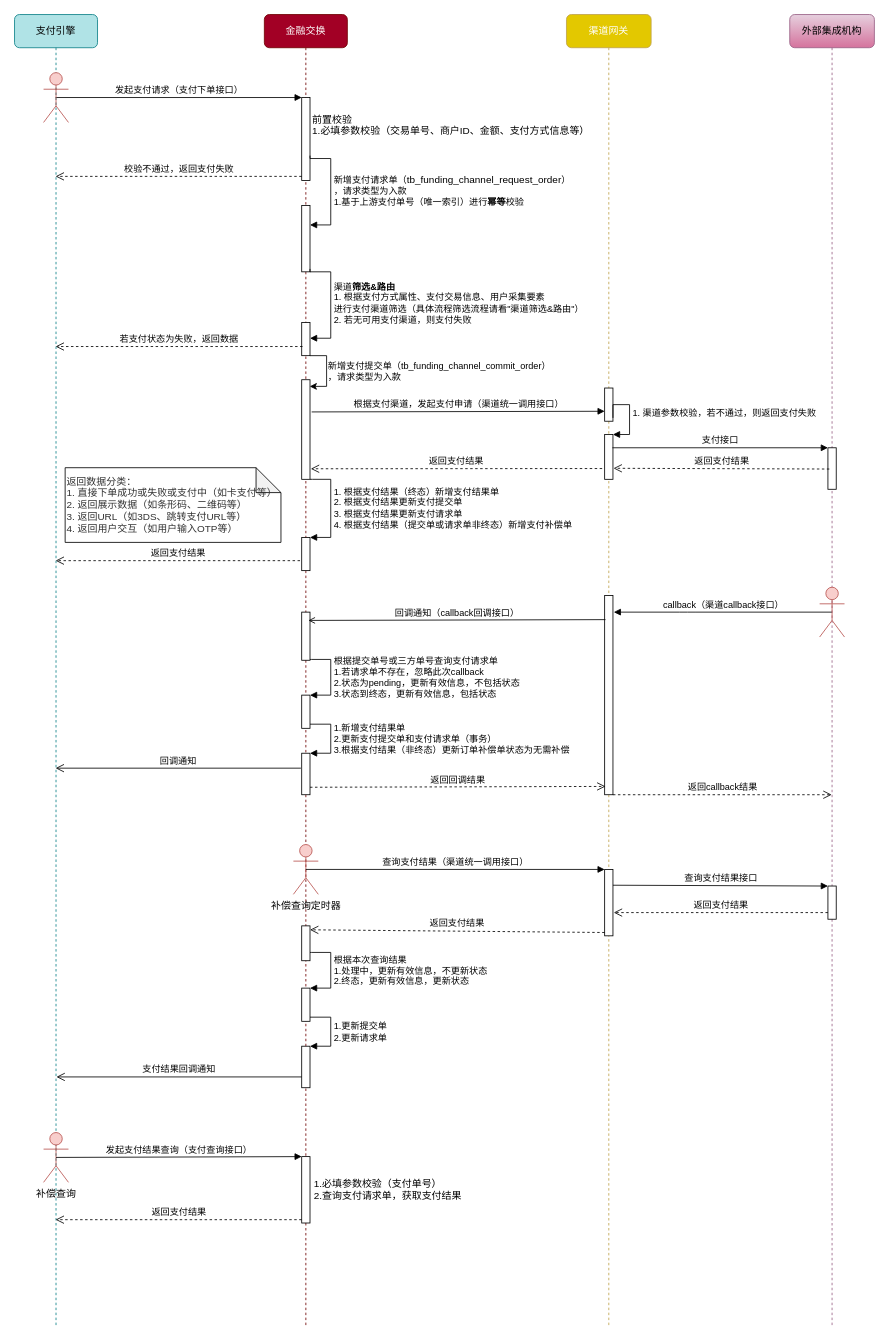
CatFei666/drawio_gallery keeps this draw.io diagram as page "普通支付流程" (1 of 2) of 渠道时序图v2.drawio. Above is the earlier version. Source tidied: cells renumbered, new cells numbered last; positions are measured from the earlier drawing's top-left corner, leaving out a move shared by most shapes. Both pictures are drawn from the tidied source at 83%, with x=0, y=0 at pixel (14, 14).
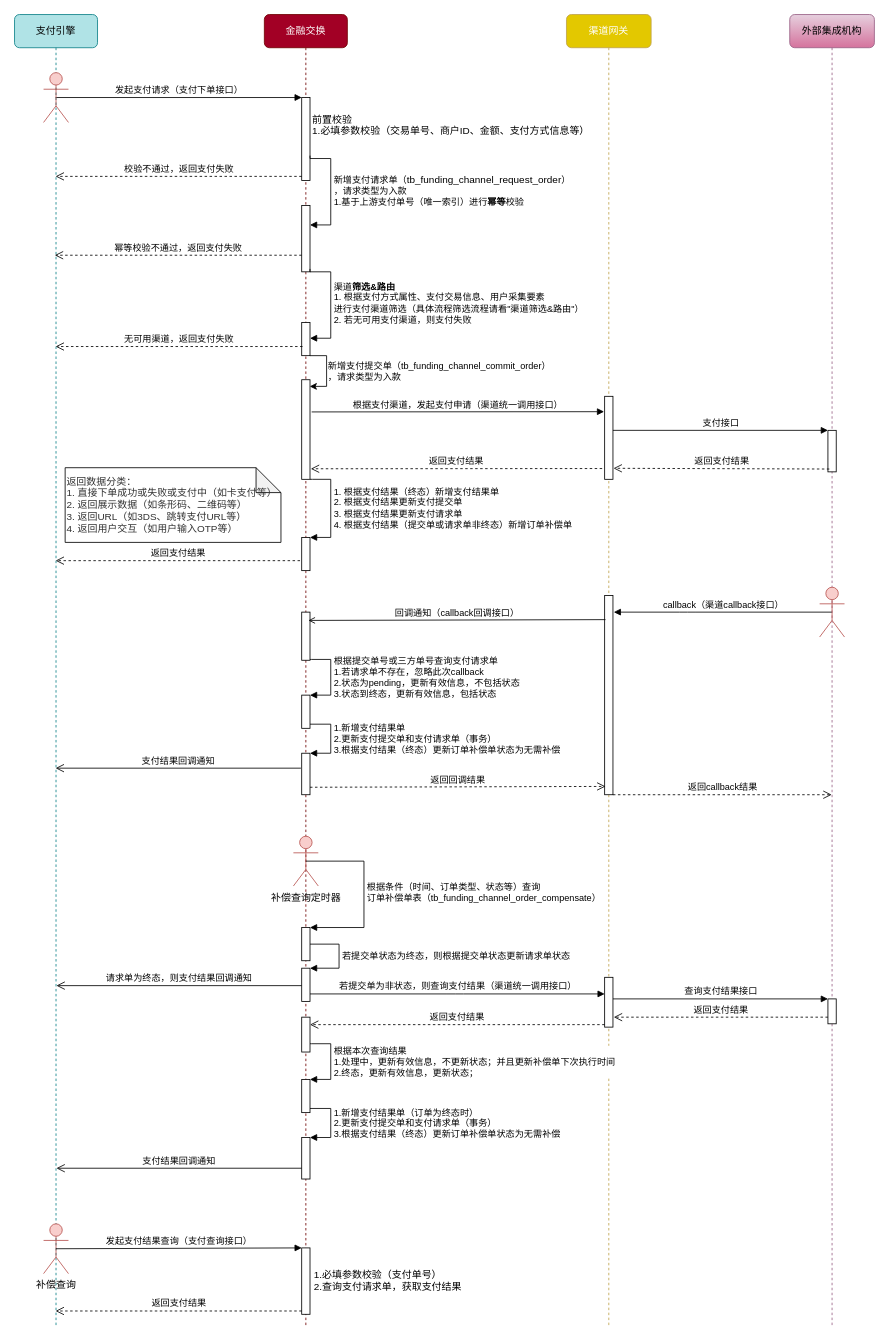
The same diagram, later.

Commit message:
更新渠道时序图v2.drawio

The change refers to these unchanged cells:
```xml
<mxCell id="2" value="金融交换" style="shape=umlLifeline;perimeter=lifelinePerimeter;whiteSpace=wrap;html=1;rounded=1;shadow=0;glass=0;comic=0;sketch=0;strokeWidth=1;fontFamily=Verdana;fillColor=#a20025;strokeColor=#6F0000;fontColor=#ffffff;" parent="1" vertex="1">
  <mxGeometry x="301" width="100" height="1580" as="geometry" />
</mxCell>
<mxCell id="6" style="html=1;points=[];perimeter=orthogonalPerimeter;strokeWidth=1;fillColor=#FFFFFF;align=left;" parent="2" vertex="1">
  <mxGeometry x="45" y="371" width="10" height="40" as="geometry" />
</mxCell>
<mxCell id="9" style="html=1;points=[];perimeter=orthogonalPerimeter;" parent="2" vertex="1">
  <mxGeometry x="45" y="630" width="10" height="40" as="geometry" />
</mxCell>
<mxCell id="12" style="html=1;points=[];perimeter=orthogonalPerimeter;" parent="2" vertex="1">
  <mxGeometry x="45" y="820" width="10" height="40" as="geometry" />
</mxCell>
<mxCell id="17" value="渠道网关" style="shape=umlLifeline;perimeter=lifelinePerimeter;whiteSpace=wrap;html=1;rounded=1;shadow=0;glass=0;comic=0;sketch=0;strokeWidth=1;fontFamily=Verdana;fillColor=#e3c800;fontColor=#ffffff;strokeColor=#BFA34D;" parent="1" vertex="1">
  <mxGeometry x="665" width="102" height="1580" as="geometry" />
</mxCell>
<mxCell id="23" value="外部集成机构" style="shape=umlLifeline;perimeter=lifelinePerimeter;whiteSpace=wrap;html=1;outlineConnect=0;rounded=1;shadow=0;glass=0;comic=0;sketch=0;strokeWidth=1;fontFamily=Verdana;gradientColor=#d5739d;fillColor=#e6d0de;strokeColor=#996185;" parent="1" vertex="1">
  <mxGeometry x="934" width="102" height="1580" as="geometry" />
</mxCell>
<mxCell id="38" style="html=1;points=[];perimeter=orthogonalPerimeter;" parent="1" vertex="1">
  <mxGeometry x="346" y="890" width="10" height="50" as="geometry" />
</mxCell>
<mxCell id="40" value="支付引擎" style="shape=umlLifeline;perimeter=lifelinePerimeter;whiteSpace=wrap;html=1;outlineConnect=0;rounded=1;shadow=0;glass=0;comic=0;sketch=0;strokeWidth=1;fontFamily=Verdana;fillColor=#b0e3e6;strokeColor=#0e8088;" parent="1" vertex="1">
  <mxGeometry width="100" height="1580" as="geometry" />
</mxCell>
```

Diff of the diagram source:
```diff
@@
-    <mxCell id="10" value="&lt;div&gt;&lt;/div&gt;1. 根据支付结果（终态）新增支付结果单&lt;br&gt;2. 根据支付结果更新支付提交单&lt;div&gt;3. 根据支付结果更新支付请求单&lt;/div&gt;&lt;div&gt;4. 根据支付结果（提交单或请求单非终态）新增支付补偿单&lt;/div&gt;" style="edgeStyle=orthogonalEdgeStyle;html=1;align=left;spacingLeft=2;endArrow=block;rounded=0;entryX=1;entryY=0;" parent="2" edge="1" target="9">
+    <mxCell id="10" value="&lt;div&gt;&lt;/div&gt;1. 根据支付结果（终态）新增支付结果单&lt;br&gt;2. 根据支付结果更新支付提交单&lt;div&gt;3. 根据支付结果更新支付请求单&lt;/div&gt;&lt;div&gt;4. 根据支付结果（提交单或请求单非终态）新增订单补偿单&lt;/div&gt;" style="edgeStyle=orthogonalEdgeStyle;html=1;align=left;spacingLeft=2;endArrow=block;rounded=0;entryX=1;entryY=0;" parent="2" edge="1" target="9">
       <mxGeometry relative="1" as="geometry">
         <mxPoint x="55" y="560" as="sourcePoint" />
         <Array as="points">
           <mxPoint x="58" y="560" />
           <mxPoint x="80" y="560" />
           <mxPoint x="80" y="600" />
         </Array>
       </mxGeometry>
     </mxCell>
@@
     <mxCell id="14" value="补偿查询定时器" style="shape=umlActor;verticalLabelPosition=bottom;verticalAlign=top;html=1;strokeWidth=1;fillColor=#f8cecc;strokeColor=#b85450;" parent="2" vertex="1">
-      <mxGeometry x="35" y="1000" width="30" height="60" as="geometry" />
+      <mxGeometry x="35" y="990" width="30" height="60" as="geometry" />
     </mxCell>
     <mxCell id="15" style="html=1;points=[];perimeter=orthogonalPerimeter;strokeWidth=1;" parent="2" vertex="1">
-      <mxGeometry x="45" y="1098" width="10" height="42" as="geometry" />
+      <mxGeometry x="45" y="1208" width="10" height="42" as="geometry" />
     </mxCell>
     <mxCell id="16" style="html=1;points=[];perimeter=orthogonalPerimeter;strokeWidth=1;" parent="2" vertex="1">
-      <mxGeometry x="45" y="1376" width="10" height="80" as="geometry" />
+      <mxGeometry x="45" y="1486" width="10" height="80" as="geometry" />
     </mxCell>
+    <mxCell id="60" style="html=1;points=[];perimeter=orthogonalPerimeter;" parent="2" vertex="1">
+      <mxGeometry x="45" y="1100" width="10" height="40" as="geometry" />
+    </mxCell>
+    <mxCell id="61" value="根据条件（时间、订单类型、状态等）查询&lt;br&gt;订单补偿单表（tb_funding_channel_order_compensate）" style="edgeStyle=orthogonalEdgeStyle;html=1;align=left;spacingLeft=2;endArrow=block;rounded=0;entryX=1;entryY=0;exitX=0.5;exitY=0.5;exitDx=0;exitDy=0;exitPerimeter=0;" parent="2" edge="1" source="14" target="60">
+      <mxGeometry relative="1" as="geometry">
+        <Array as="points">
+          <mxPoint x="120" y="1020" />
+          <mxPoint x="120" y="1100" />
+        </Array>
+      </mxGeometry>
+    </mxCell>
+    <mxCell id="62" style="html=1;points=[];perimeter=orthogonalPerimeter;" parent="2" vertex="1">
+      <mxGeometry x="45" y="1149" width="10" height="40" as="geometry" />
+    </mxCell>
+    <mxCell id="63" value="若提交单状态为终态，则根据提交单状态更新请求单状态" style="edgeStyle=orthogonalEdgeStyle;html=1;align=left;spacingLeft=2;endArrow=block;rounded=0;entryX=1;entryY=0;" parent="2" edge="1" source="60" target="62">
+      <mxGeometry relative="1" as="geometry">
+        <Array as="points">
+          <mxPoint x="90" y="1120" />
+          <mxPoint x="90" y="1149" />
+        </Array>
+      </mxGeometry>
+    </mxCell>
@@
-    <mxCell id="18" style="html=1;perimeter=orthogonalPerimeter;strokeWidth=1;fillColor=#FFFFFF;align=left;" parent="17" vertex="1">
-      <mxGeometry x="46" y="450" width="10" height="40" as="geometry" />
-    </mxCell>
@@
     <mxCell id="20" style="html=1;points=[];perimeter=orthogonalPerimeter;strokeWidth=1;" parent="17" vertex="1">
-      <mxGeometry x="46" y="1030" width="10" height="80" as="geometry" />
+      <mxGeometry x="46" y="1160" width="10" height="60" as="geometry" />
     </mxCell>
     <mxCell id="21" style="html=1;points=[];perimeter=orthogonalPerimeter;strokeWidth=1;" parent="17" vertex="1">
-      <mxGeometry x="46" y="506" width="10" height="54" as="geometry" />
+      <mxGeometry x="46" y="460" width="10" height="100" as="geometry" />
     </mxCell>
-    <mxCell id="22" value="1. 渠道参数校验，若不通过，则返回支付失败" style="edgeStyle=orthogonalEdgeStyle;html=1;align=left;spacingLeft=2;endArrow=block;rounded=0;entryX=1;entryY=0;" parent="17" edge="1" target="21">
-      <mxGeometry relative="1" as="geometry">
-        <mxPoint x="56" y="486" as="sourcePoint" />
-        <Array as="points">
-          <mxPoint x="56" y="470" />
-          <mxPoint x="76" y="470" />
-          <mxPoint x="76" y="506" />
-        </Array>
-      </mxGeometry>
-    </mxCell>
@@
     <mxCell id="24" style="html=1;points=[];perimeter=orthogonalPerimeter;strokeWidth=1;fillColor=#FFFFFF;align=left;" parent="23" vertex="1">
-      <mxGeometry x="46" y="522" width="10" height="50" as="geometry" />
+      <mxGeometry x="46" y="501" width="10" height="50" as="geometry" />
     </mxCell>
@@
     <mxCell id="26" style="html=1;points=[];perimeter=orthogonalPerimeter;strokeWidth=1;" parent="23" vertex="1">
-      <mxGeometry x="46" y="1050" width="10" height="40" as="geometry" />
+      <mxGeometry x="46" y="1186" width="10" height="30" as="geometry" />
     </mxCell>
@@
-    <mxCell id="30" value="根据支付渠道，发起支付申请（渠道统一调用接口）" style="html=1;verticalAlign=bottom;endArrow=block;entryX=0;entryY=0;exitX=1.2;exitY=0.09;exitDx=0;exitDy=0;exitPerimeter=0;" parent="1" edge="1">
+    <mxCell id="30" value="根据支付渠道，发起支付申请（渠道统一调用接口）" style="html=1;verticalAlign=bottom;endArrow=block;entryX=-0.067;entryY=0.185;exitX=1.2;exitY=0.09;exitDx=0;exitDy=0;exitPerimeter=0;entryDx=0;entryDy=0;entryPerimeter=0;" parent="1" edge="1" target="21">
       <mxGeometry relative="1" as="geometry">
         <mxPoint x="358" y="478.8" as="sourcePoint" />
-        <mxPoint x="711" y="478" as="targetPoint" />
       </mxGeometry>
     </mxCell>
@@
-    <mxCell id="32" value="若支付状态为失败，返回数据" style="html=1;verticalAlign=bottom;endArrow=open;dashed=1;endSize=8;exitX=0.1;exitY=0.725;exitDx=0;exitDy=0;exitPerimeter=0;" parent="1" edge="1" source="6" target="40">
+    <mxCell id="32" value="无可用渠道，返回支付失败" style="html=1;verticalAlign=bottom;endArrow=open;dashed=1;endSize=8;exitX=0.1;exitY=0.725;exitDx=0;exitDy=0;exitPerimeter=0;" parent="1" edge="1" source="6" target="40">
       <mxGeometry relative="1" as="geometry" />
     </mxCell>
-    <mxCell id="33" value="支付接口" style="html=1;verticalAlign=bottom;endArrow=block;entryX=0;entryY=0;exitX=0.933;exitY=0.296;exitDx=0;exitDy=0;exitPerimeter=0;" parent="1" edge="1" source="21" target="24">
+    <mxCell id="33" value="支付接口" style="html=1;verticalAlign=bottom;endArrow=block;entryX=0;entryY=0;" parent="1" edge="1" source="21" target="24">
       <mxGeometry relative="1" as="geometry" />
     </mxCell>
@@
-    <mxCell id="37" value="回调通知" style="html=1;verticalAlign=bottom;endArrow=open;endSize=8;exitX=-0.1;exitY=0.8;exitDx=0;exitDy=0;exitPerimeter=0;" parent="1" edge="1">
+    <mxCell id="37" value="支付结果回调通知" style="html=1;verticalAlign=bottom;endArrow=open;endSize=8;exitX=-0.1;exitY=0.8;exitDx=0;exitDy=0;exitPerimeter=0;" parent="1" edge="1">
       <mxGeometry relative="1" as="geometry">
         <mxPoint x="345" y="908" as="sourcePoint" />
         <mxPoint x="49.5" y="908" as="targetPoint" />
       </mxGeometry>
     </mxCell>
@@
-    <mxCell id="39" value="1.新增支付结果单&lt;br&gt;2.更新支付提交单和支付请求单（事务）&lt;br&gt;3.根据支付结果（非终态）更新订单补偿单状态为无需补偿" style="edgeStyle=orthogonalEdgeStyle;html=1;align=left;spacingLeft=2;endArrow=block;rounded=0;entryX=1;entryY=0;exitX=1;exitY=0.875;exitDx=0;exitDy=0;exitPerimeter=0;" parent="1" edge="1" source="12" target="38">
+    <mxCell id="39" value="1.新增支付结果单&lt;br&gt;2.更新支付提交单和支付请求单（事务）&lt;br&gt;3.根据支付结果（终态）更新订单补偿单状态为无需补偿" style="edgeStyle=orthogonalEdgeStyle;html=1;align=left;spacingLeft=2;endArrow=block;rounded=0;entryX=1;entryY=0;exitX=1;exitY=0.875;exitDx=0;exitDy=0;exitPerimeter=0;" parent="1" edge="1" source="12" target="38">
       <mxGeometry relative="1" as="geometry">
         <Array as="points">
           <mxPoint x="381" y="855" />
           <mxPoint x="381" y="890" />
         </Array>
       </mxGeometry>
     </mxCell>
@@
-    <mxCell id="45" value="&lt;div style=&quot;text-align: left&quot;&gt;查询支付结果（渠道统一调用接口）&lt;/div&gt;" style="html=1;verticalAlign=bottom;endArrow=block;entryX=0;entryY=0;exitX=0.5;exitY=0.5;exitDx=0;exitDy=0;exitPerimeter=0;" parent="1" edge="1" source="14" target="20">
-      <mxGeometry relative="1" as="geometry" />
+    <mxCell id="45" value="&lt;div style=&quot;text-align: left&quot;&gt;若提交单为非状态，则查询支付结果（渠道统一调用接口）&lt;/div&gt;" style="html=1;verticalAlign=bottom;endArrow=block;" parent="1" edge="1" source="62" target="20">
+      <mxGeometry relative="1" as="geometry">
+        <Array as="points">
+          <mxPoint x="531" y="1180" />
+        </Array>
+      </mxGeometry>
     </mxCell>
-    <mxCell id="46" value="返回支付结果" style="html=1;verticalAlign=bottom;endArrow=open;dashed=1;endSize=8;exitX=0;exitY=0.95;entryX=1;entryY=0.113;entryDx=0;entryDy=0;entryPerimeter=0;" parent="1" edge="1" source="20" target="15">
+    <mxCell id="46" value="返回支付结果" style="html=1;verticalAlign=bottom;endArrow=open;dashed=1;endSize=8;exitX=0;exitY=0.95;" parent="1" edge="1" source="20" target="15">
       <mxGeometry relative="1" as="geometry" />
     </mxCell>
-    <mxCell id="47" value="查询支付结果接口" style="html=1;verticalAlign=bottom;endArrow=block;entryX=0;entryY=0;exitX=1;exitY=0.238;exitDx=0;exitDy=0;exitPerimeter=0;" parent="1" edge="1" source="20" target="26">
+    <mxCell id="47" value="查询支付结果接口" style="html=1;verticalAlign=bottom;endArrow=block;entryX=0;entryY=0;" parent="1" edge="1" source="20" target="26">
       <mxGeometry relative="1" as="geometry" />
     </mxCell>
-    <mxCell id="48" value="返回支付结果" style="html=1;verticalAlign=bottom;endArrow=open;dashed=1;endSize=8;entryX=1.1;entryY=0.65;entryDx=0;entryDy=0;entryPerimeter=0;" parent="1" edge="1" source="26" target="20">
-      <mxGeometry relative="1" as="geometry" />
+    <mxCell id="48" value="返回支付结果" style="html=1;verticalAlign=bottom;endArrow=open;dashed=1;endSize=8;entryX=1.1;entryY=0.65;entryDx=0;entryDy=0;entryPerimeter=0;" parent="1" edge="1">
+      <mxGeometry relative="1" as="geometry">
+        <mxPoint x="980" y="1208" as="sourcePoint" />
+        <mxPoint x="722" y="1208" as="targetPoint" />
+      </mxGeometry>
     </mxCell>
     <mxCell id="49" style="html=1;points=[];perimeter=orthogonalPerimeter;" parent="1" vertex="1">
-      <mxGeometry x="346" y="1173" width="10" height="40" as="geometry" />
+      <mxGeometry x="346" y="1283" width="10" height="40" as="geometry" />
     </mxCell>
-    <mxCell id="50" value="根据本次查询结果&lt;br&gt;1.处理中，更新有效信息，不更新状态&lt;br&gt;2.终态，更新有效信息，更新状态" style="edgeStyle=orthogonalEdgeStyle;html=1;align=left;spacingLeft=2;endArrow=block;rounded=0;entryX=1;entryY=0;" parent="1" edge="1" target="49">
+    <mxCell id="50" value="根据本次查询结果&lt;br&gt;1.处理中，更新有效信息，不更新状态；并且更新补偿单下次执行时间&lt;br&gt;2.终态，更新有效信息，更新状态；" style="edgeStyle=orthogonalEdgeStyle;html=1;align=left;spacingLeft=2;endArrow=block;rounded=0;entryX=1;entryY=0;" parent="1" edge="1" target="49">
       <mxGeometry relative="1" as="geometry">
-        <mxPoint x="356" y="1130" as="sourcePoint" />
+        <mxPoint x="356" y="1240" as="sourcePoint" />
         <Array as="points">
-          <mxPoint x="358" y="1130" />
-          <mxPoint x="381" y="1130" />
-          <mxPoint x="381" y="1158" />
+          <mxPoint x="358" y="1240" />
+          <mxPoint x="381" y="1240" />
+          <mxPoint x="381" y="1268" />
         </Array>
       </mxGeometry>
     </mxCell>
     <mxCell id="51" style="html=1;points=[];perimeter=orthogonalPerimeter;" parent="1" vertex="1">
-      <mxGeometry x="346" y="1243" width="10" height="50" as="geometry" />
+      <mxGeometry x="346" y="1353" width="10" height="50" as="geometry" />
     </mxCell>
-    <mxCell id="52" value="1.更新提交单&lt;br&gt;2.更新请求单" style="edgeStyle=orthogonalEdgeStyle;html=1;align=left;spacingLeft=2;endArrow=block;rounded=0;entryX=1;entryY=0;exitX=1;exitY=0.875;exitDx=0;exitDy=0;exitPerimeter=0;" parent="1" edge="1" source="49" target="51">
+    <mxCell id="52" value="1.新增支付结果单（订单为终态时）&lt;br&gt;2.更新支付提交单和支付请求单（事务）&lt;br&gt;3.根据支付结果（终态）更新订单补偿单状态为无需补偿" style="edgeStyle=orthogonalEdgeStyle;html=1;align=left;spacingLeft=2;endArrow=block;rounded=0;entryX=1;entryY=0;exitX=1;exitY=0.875;exitDx=0;exitDy=0;exitPerimeter=0;" parent="1" edge="1" source="49" target="51">
       <mxGeometry relative="1" as="geometry">
         <Array as="points">
-          <mxPoint x="381" y="1208" />
-          <mxPoint x="381" y="1243" />
+          <mxPoint x="381" y="1318" />
+          <mxPoint x="381" y="1353" />
         </Array>
       </mxGeometry>
     </mxCell>
     <mxCell id="53" value="支付结果回调通知" style="html=1;verticalAlign=bottom;endArrow=open;endSize=8;exitX=-0.1;exitY=0.8;exitDx=0;exitDy=0;exitPerimeter=0;" parent="1" edge="1">
       <mxGeometry relative="1" as="geometry">
-        <mxPoint x="346" y="1280" as="sourcePoint" />
-        <mxPoint x="50.5" y="1280" as="targetPoint" />
+        <mxPoint x="346" y="1390" as="sourcePoint" />
+        <mxPoint x="50.5" y="1390" as="targetPoint" />
       </mxGeometry>
     </mxCell>
     <mxCell id="54" value="补偿查询" style="shape=umlActor;verticalLabelPosition=bottom;verticalAlign=top;html=1;strokeWidth=1;fillColor=#f8cecc;strokeColor=#b85450;" parent="1" vertex="1">
-      <mxGeometry x="35" y="1347" width="30" height="60" as="geometry" />
+      <mxGeometry x="35" y="1457" width="30" height="60" as="geometry" />
     </mxCell>
@@
-    <mxCell id="56" value="返回支付结果" style="html=1;verticalAlign=bottom;endArrow=open;dashed=1;endSize=8;exitX=0;exitY=0.95;" parent="1" edge="1" source="16" target="40">
-      <mxGeometry relative="1" as="geometry" />
+    <mxCell id="56" value="返回支付结果" style="html=1;verticalAlign=bottom;endArrow=open;dashed=1;endSize=8;exitX=0;exitY=0.95;" parent="1" edge="1" source="16">
+      <mxGeometry relative="1" as="geometry">
+        <mxPoint x="49.5" y="1562" as="targetPoint" />
+      </mxGeometry>
     </mxCell>
     <mxCell id="57" value="1.必填参数校验（支付单号）&#10;2.查询支付请求单，获取支付结果" style="text;align=left;fontStyle=0;verticalAlign=middle;spacingLeft=3;spacingRight=3;strokeColor=none;" parent="1" vertex="1">
-      <mxGeometry x="356" y="1380" width="305" height="70" as="geometry" />
+      <mxGeometry x="356" y="1490" width="305" height="70" as="geometry" />
     </mxCell>
@@
+    <mxCell id="64" value="请求单为终态，则支付结果回调通知" style="html=1;verticalAlign=bottom;endArrow=open;endSize=8;exitX=-0.1;exitY=0.8;exitDx=0;exitDy=0;exitPerimeter=0;" parent="1" edge="1">
+      <mxGeometry relative="1" as="geometry">
+        <mxPoint x="346" y="1170" as="sourcePoint" />
+        <mxPoint x="50.5" y="1170" as="targetPoint" />
+      </mxGeometry>
+    </mxCell>
+    <mxCell id="65" value="幂等校验不通过，返回支付失败" style="html=1;verticalAlign=bottom;endArrow=open;dashed=1;endSize=8;exitX=0.1;exitY=0.725;exitDx=0;exitDy=0;exitPerimeter=0;" parent="1" edge="1">
+      <mxGeometry relative="1" as="geometry">
+        <mxPoint x="346" y="290" as="sourcePoint" />
+        <mxPoint x="48.5" y="290" as="targetPoint" />
+      </mxGeometry>
+    </mxCell>
```
